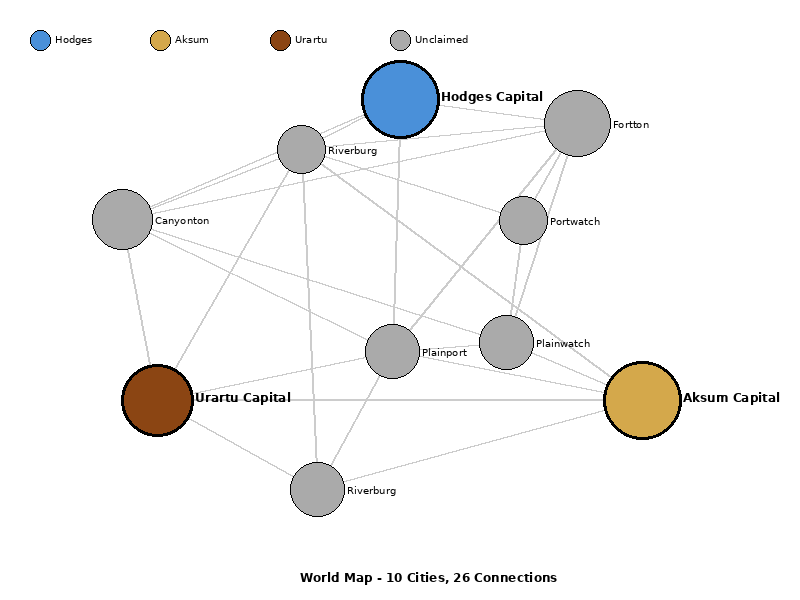
Above: world/map/world-map.png in DylanZ34/World-Sim (Graphviz), before the change. Its source is kept beside it as world/map/world-map.dot.
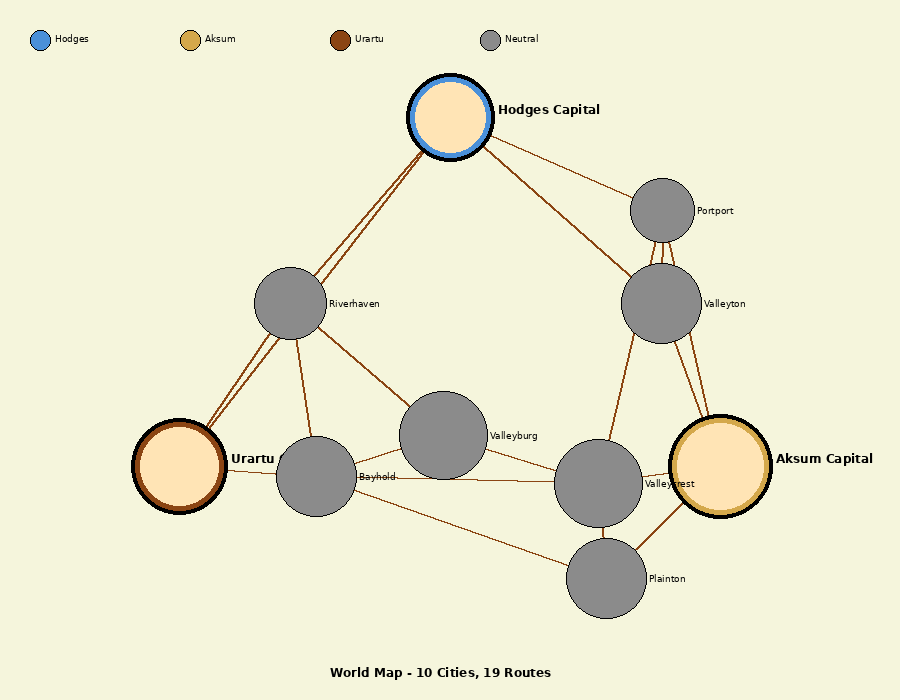
Later version of the same file.

Diff of the diagram source:
```diff
@@ -4,41 +4,35 @@
   splines=true;
 
   node [shape=circle, style=filled, fontname="Arial"];
-  "city_0" [label="Hodges Capital\n(7/3)", fillcolor="#4A90D9", width=45, fontsize=10];
-  "city_1" [label="Aksum Capital\n(7/4)", fillcolor="#D4A84B", width=45, fontsize=10];
-  "city_2" [label="Urartu Capital\n(6/6)", fillcolor="#8B4513", width=45, fontsize=10];
-  "city_3" [label="Portwatch\n(3/1)", fillcolor="#CCCCCC", width=30, fontsize=10];
-  "city_4" [label="Canyonton\n(5/4)", fillcolor="#CCCCCC", width=30, fontsize=10];
-  "city_5" [label="Fortton\n(6/3)", fillcolor="#CCCCCC", width=30, fontsize=10];
-  "city_6" [label="Plainport\n(4/3)", fillcolor="#CCCCCC", width=30, fontsize=10];
-  "city_7" [label="Riverburg\n(3/2)", fillcolor="#CCCCCC", width=30, fontsize=10];
-  "city_8" [label="Plainwatch\n(4/3)", fillcolor="#CCCCCC", width=30, fontsize=10];
-  "city_9" [label="Riverburg\n(4/1)", fillcolor="#CCCCCC", width=30, fontsize=10];
+  "city_0" [label="Hodges Capital\n(5/5)", fillcolor="#4A90D9", width=45, fontsize=10];
+  "city_1" [label="Aksum Capital\n(5/4)", fillcolor="#D4A84B", width=45, fontsize=10];
+  "city_2" [label="Urartu Capital\n(5/5)", fillcolor="#8B4513", width=45, fontsize=10];
+  "city_3" [label="Baycrest\n(6/4)", fillcolor="#CCCCCC", width=30, fontsize=10];
+  "city_4" [label="Bayton\n(5/1)", fillcolor="#CCCCCC", width=30, fontsize=10];
+  "city_5" [label="Riverhold\n(5/1)", fillcolor="#CCCCCC", width=30, fontsize=10];
+  "city_6" [label="Coasthaven\n(4/3)", fillcolor="#CCCCCC", width=30, fontsize=10];
+  "city_7" [label="Mountainwatch\n(3/1)", fillcolor="#CCCCCC", width=30, fontsize=10];
+  "city_8" [label="Canyonwatch\n(3/1)", fillcolor="#CCCCCC", width=30, fontsize=10];
+  "city_9" [label="Lakeport\n(4/4)", fillcolor="#CCCCCC", width=30, fontsize=10];
 
   "city_0" -- "city_7" [len=2];
-  "city_0" -- "city_5" [len=2];
-  "city_1" -- "city_8" [len=2];
-  "city_1" -- "city_6" [len=2];
-  "city_2" -- "city_9" [len=2];
+  "city_0" -- "city_8" [len=2];
+  "city_1" -- "city_3" [len=2];
+  "city_1" -- "city_9" [len=2];
+  "city_2" -- "city_5" [len=2];
   "city_2" -- "city_6" [len=2];
-  "city_3" -- "city_5" [len=2];
+  "city_3" -- "city_6" [len=2];
+  "city_4" -- "city_7" [len=2];
+  "city_4" -- "city_5" [len=2];
+  "city_6" -- "city_9" [len=2];
+  "city_8" -- "city_9" [len=2];
+  "city_7" -- "city_8" [len=2];
+  "city_0" -- "city_9" [len=2];
+  "city_3" -- "city_4" [len=2];
+  "city_2" -- "city_3" [len=2];
+  "city_5" -- "city_8" [len=2];
+  "city_1" -- "city_5" [len=2];
+  "city_4" -- "city_6" [len=2];
+  "city_6" -- "city_7" [len=2];
   "city_3" -- "city_8" [len=2];
-  "city_4" -- "city_7" [len=2];
-  "city_2" -- "city_4" [len=2];
-  "city_6" -- "city_8" [len=2];
-  "city_6" -- "city_9" [len=2];
-  "city_0" -- "city_6" [len=2];
-  "city_0" -- "city_4" [len=2];
-  "city_1" -- "city_7" [len=2];
-  "city_2" -- "city_7" [len=2];
-  "city_1" -- "city_2" [len=2];
-  "city_3" -- "city_7" [len=2];
-  "city_4" -- "city_8" [len=2];
-  "city_4" -- "city_6" [len=2];
-  "city_5" -- "city_6" [len=2];
-  "city_4" -- "city_5" [len=2];
-  "city_5" -- "city_7" [len=2];
-  "city_5" -- "city_8" [len=2];
-  "city_1" -- "city_9" [len=2];
-  "city_7" -- "city_9" [len=2];
 }
```
